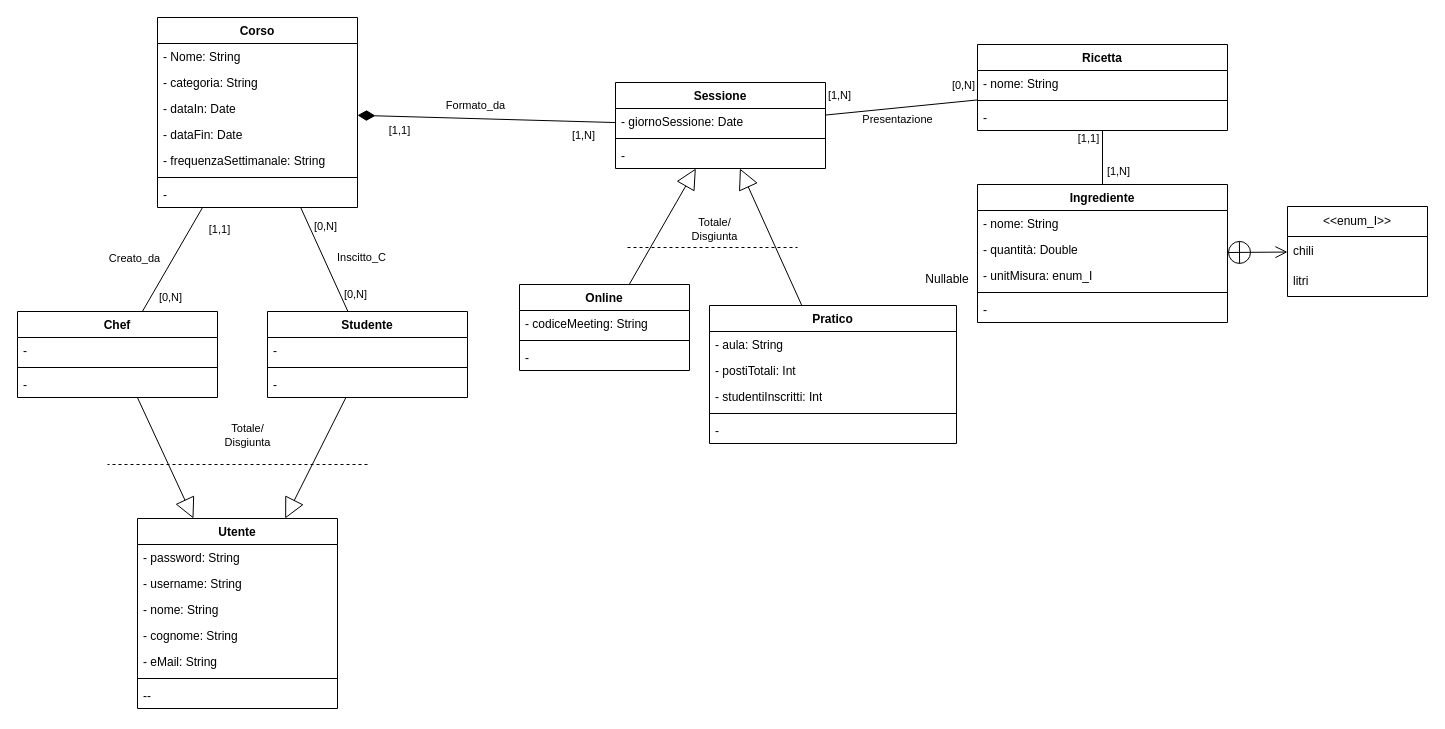
Above: page "umlNonRistrutturato" (1 of 4) of bdd/uml/UML1.drawio in MetisWastaken/UninaFoodLab (draw.io), before the change. Source tidied: cells renumbered, new cells numbered last; positions are measured from the earlier drawing's top-left corner, leaving out a move shared by most shapes. Both pictures are drawn from the tidied source at 100%, with x=0, y=0 at pixel (17, 17).
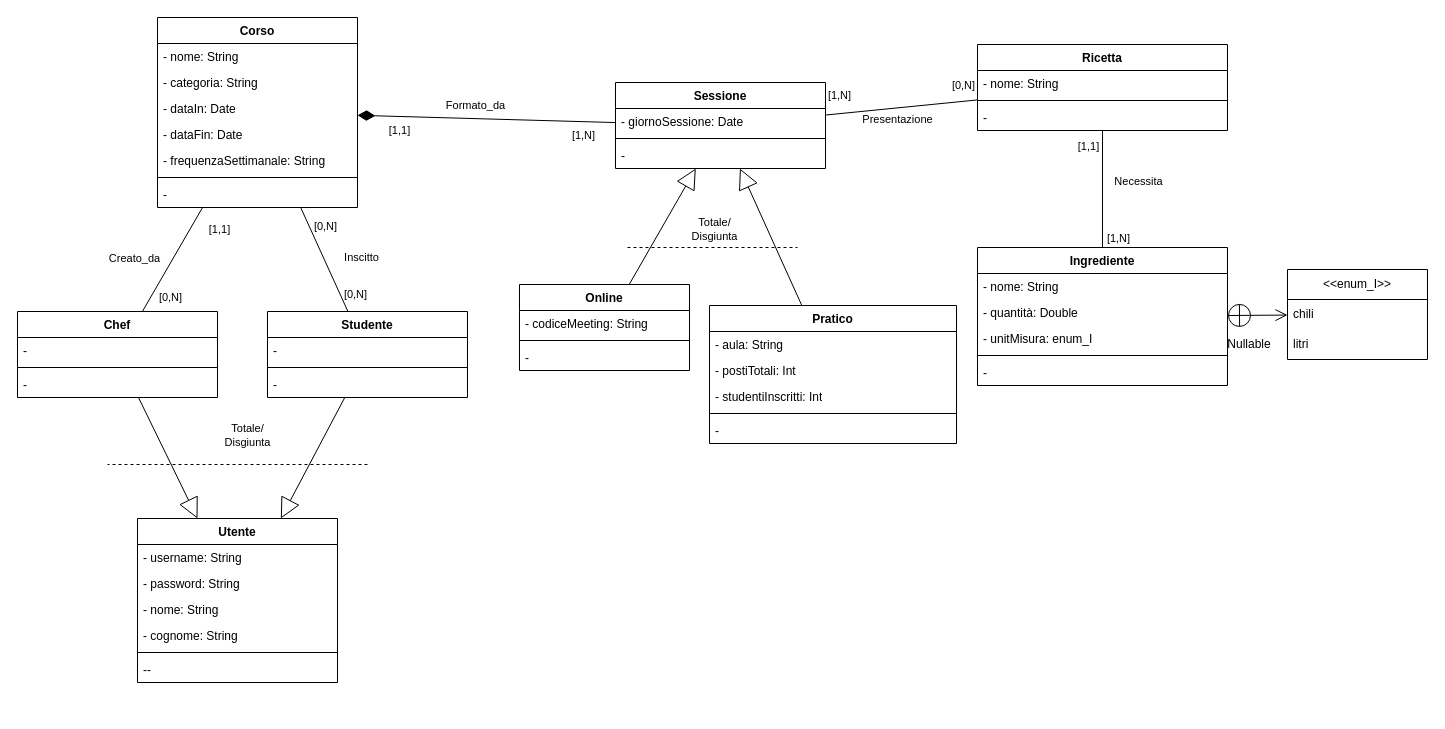
After the change.

The change refers to these unchanged cells:
```xml
<mxCell id="2" value="Corso" style="swimlane;align=center;verticalAlign=top;horizontal=1;startSize=26;whiteSpace=wrap;html=1;" parent="1" vertex="1">
  <mxGeometry x="140" width="200" height="190" as="geometry" />
</mxCell>
<mxCell id="44" style="rounded=0;jettySize=auto;html=1;endArrow=none;endFill=0;" parent="1" edge="1" source="47" target="71">
  <mxGeometry relative="1" as="geometry" />
</mxCell>
<mxCell id="59" style="edgeStyle=none;shape=connector;rounded=0;jettySize=auto;html=1;strokeColor=default;strokeWidth=1;align=center;verticalAlign=middle;endArrow=none;endFill=0;endSize=6;" parent="1" edge="1" source="24" target="2">
  <mxGeometry relative="1" as="geometry" />
</mxCell>
```

Change to the diagram source:
```diff
@@
-    <mxCell id="3" value="- Nome: String" style="text;strokeColor=none;fillColor=none;align=left;verticalAlign=top;spacingLeft=4;spacingRight=4;overflow=hidden;whiteSpace=wrap;html=1;" parent="2" vertex="1">
+    <mxCell id="3" value="- nome: String" style="text;strokeColor=none;fillColor=none;align=left;verticalAlign=top;spacingLeft=4;spacingRight=4;overflow=hidden;whiteSpace=wrap;html=1;" parent="2" vertex="1">
       <mxGeometry y="26" width="200" height="26" as="geometry" />
     </mxCell>
@@
     <mxCell id="10" value="Utente" style="swimlane;align=center;verticalAlign=top;horizontal=1;startSize=26;whiteSpace=wrap;html=1;" parent="1" vertex="1">
-      <mxGeometry x="120" y="501" width="200" height="190" as="geometry" />
+      <mxGeometry x="120" y="501" width="200" height="164" as="geometry" />
     </mxCell>
+    <mxCell id="12" value="- username: String" style="text;strokeColor=none;fillColor=none;align=left;verticalAlign=top;spacingLeft=4;spacingRight=4;overflow=hidden;whiteSpace=wrap;html=1;" parent="10" vertex="1">
+      <mxGeometry y="26" width="200" height="26" as="geometry" />
+    </mxCell>
     <mxCell id="11" value="- password: String" style="text;strokeColor=none;fillColor=none;align=left;verticalAlign=top;spacingLeft=4;spacingRight=4;overflow=hidden;whiteSpace=wrap;html=1;" parent="10" vertex="1">
-      <mxGeometry y="26" width="200" height="26" as="geometry" />
+      <mxGeometry y="52" width="200" height="26" as="geometry" />
     </mxCell>
-    <mxCell id="12" value="- username: String" style="text;strokeColor=none;fillColor=none;align=left;verticalAlign=top;spacingLeft=4;spacingRight=4;overflow=hidden;whiteSpace=wrap;html=1;" parent="10" vertex="1">
-      <mxGeometry y="52" width="200" height="26" as="geometry" />
-    </mxCell>
@@
-    <mxCell id="15" value="- eMail: String" style="text;strokeColor=none;fillColor=none;align=left;verticalAlign=top;spacingLeft=4;spacingRight=4;overflow=hidden;whiteSpace=wrap;html=1;" parent="10" vertex="1">
-      <mxGeometry y="130" width="200" height="26" as="geometry" />
-    </mxCell>
     <mxCell id="16" style="line;strokeWidth=1;fillColor=none;align=left;verticalAlign=middle;spacingTop=-1;spacingLeft=3;spacingRight=3;labelPosition=right;strokeColor=inherit;" parent="10" vertex="1">
-      <mxGeometry y="156" width="200" height="8" as="geometry" />
+      <mxGeometry y="130" width="200" height="8" as="geometry" />
     </mxCell>
     <mxCell id="17" value="--" style="text;strokeColor=none;fillColor=none;align=left;verticalAlign=top;spacingLeft=4;spacingRight=4;overflow=hidden;whiteSpace=wrap;html=1;" parent="10" vertex="1">
-      <mxGeometry y="164" width="200" height="26" as="geometry" />
+      <mxGeometry y="138" width="200" height="26" as="geometry" />
     </mxCell>
@@
     <mxCell id="45" value="[1,N]" style="edgeLabel;html=1;align=center;verticalAlign=middle;" parent="44" vertex="1">
       <mxGeometry x="-0.63" y="-1" relative="1" as="geometry">
-        <mxPoint x="16" y="30" as="offset" />
+        <mxPoint x="16" y="85" as="offset" />
       </mxGeometry>
     </mxCell>
@@
+    <mxCell id="82" value="Necessita" style="edgeLabel;html=1;align=center;verticalAlign=middle;" parent="44" vertex="1">
+      <mxGeometry x="-0.15" y="1" relative="1" as="geometry">
+        <mxPoint x="34" as="offset" />
+      </mxGeometry>
+    </mxCell>
@@
-    <mxCell id="60" value="Inscitto_C" style="edgeLabel;html=1;align=center;verticalAlign=middle;" parent="59" vertex="1">
+    <mxCell id="60" value="Inscitto" style="edgeLabel;html=1;align=center;verticalAlign=middle;" parent="59" vertex="1">
       <mxGeometry x="-0.14" y="-2" relative="1" as="geometry">
         <mxPoint x="32" y="-9" as="offset" />
       </mxGeometry>
     </mxCell>
@@
     <mxCell id="71" value="Ingrediente" style="swimlane;align=center;verticalAlign=top;horizontal=1;startSize=26;whiteSpace=wrap;html=1;" parent="1" vertex="1">
-      <mxGeometry x="960" y="167" width="250" height="138" as="geometry" />
+      <mxGeometry x="960" y="230" width="250" height="138" as="geometry" />
     </mxCell>
@@
     <mxCell id="78" value="&amp;lt;&amp;lt;enum_I&amp;gt;&amp;gt;" style="swimlane;fontStyle=0;horizontal=1;startSize=30;whiteSpace=wrap;html=1;" parent="1" vertex="1">
-      <mxGeometry x="1270" y="189" width="140" height="90" as="geometry" />
+      <mxGeometry x="1270" y="252" width="140" height="90" as="geometry" />
     </mxCell>
@@
     <mxCell id="81" value="Nullable" style="text;html=1;whiteSpace=wrap;strokeColor=none;fillColor=none;align=center;verticalAlign=middle;rounded=0;" parent="1" vertex="1">
-      <mxGeometry x="900" y="247" width="60" height="30" as="geometry" />
+      <mxGeometry x="1202" y="312" width="60" height="30" as="geometry" />
     </mxCell>
```
